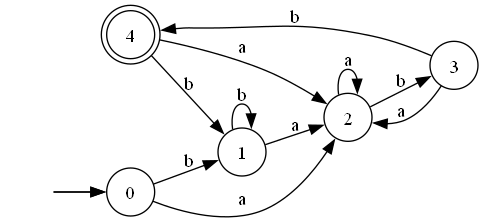
Above: automataD.gv.png in donmatthiuz/Laboratorios_Teoria_Computacion- (Graphviz), before the change. Its source is kept beside it as automataD.gv.
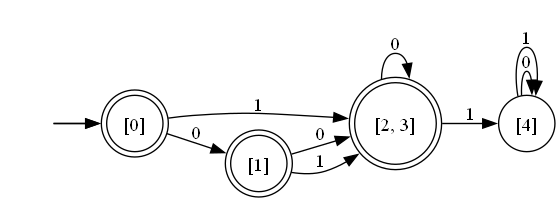
Later version of the same file.

What changed in the source:
```diff
@@ -1,20 +1,20 @@
 digraph finite_state_machine {
 	rankdir=LR size="8,5"
 	node [shape=doublecircle]
-	4
+	"[2, 3]"
+	"[0]"
+	"[1]"
 	node [shape=circle]
+	"[4]" -> "[4]" [label=0]
+	"[4]" -> "[4]" [label=1]
+	"[2, 3]" -> "[2, 3]" [label=0]
+	"[2, 3]" -> "[4]" [label=1]
 	"" [style=invis]
-	"" -> 0
-	0 -> 1 [label=b]
+	"" -> "[0]"
+	"[0]" -> "[1]" [label=0]
 	"" [style=invis]
-	"" -> 0
-	0 -> 2 [label=a]
-	1 -> 1 [label=b]
-	1 -> 2 [label=a]
-	2 -> 3 [label=b]
-	2 -> 2 [label=a]
-	3 -> 4 [label=b]
-	3 -> 2 [label=a]
-	4 -> 1 [label=b]
-	4 -> 2 [label=a]
+	"" -> "[0]"
+	"[0]" -> "[2, 3]" [label=1]
+	"[1]" -> "[2, 3]" [label=0]
+	"[1]" -> "[2, 3]" [label=1]
 }
```
